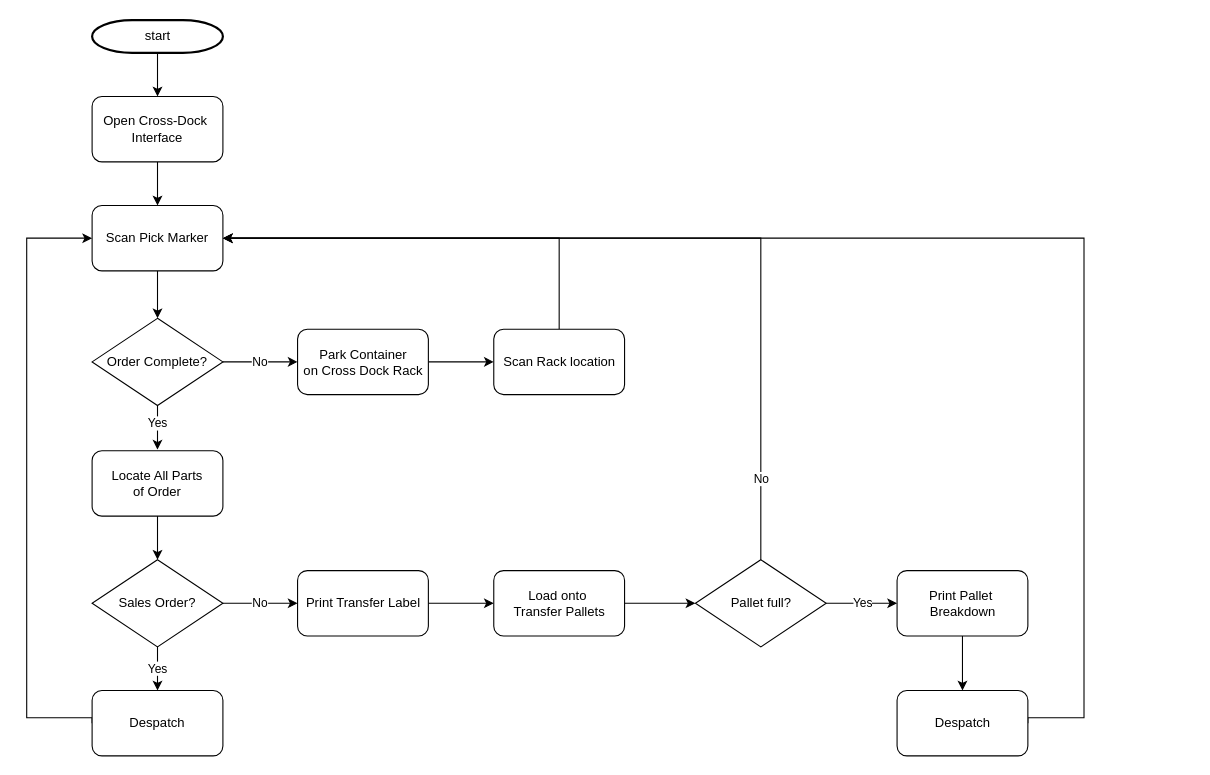
The draw.io diagram CrossDockProcess.drawio in ZTomChen/NavigatorFlowcharts, before the edit. Source tidied: cells renumbered, new cells numbered last; positions are measured from the earlier drawing's top-left corner, leaving out a move shared by most shapes. Both pictures are drawn from the tidied source at 109%, with x=0, y=0 at pixel (26, 20).
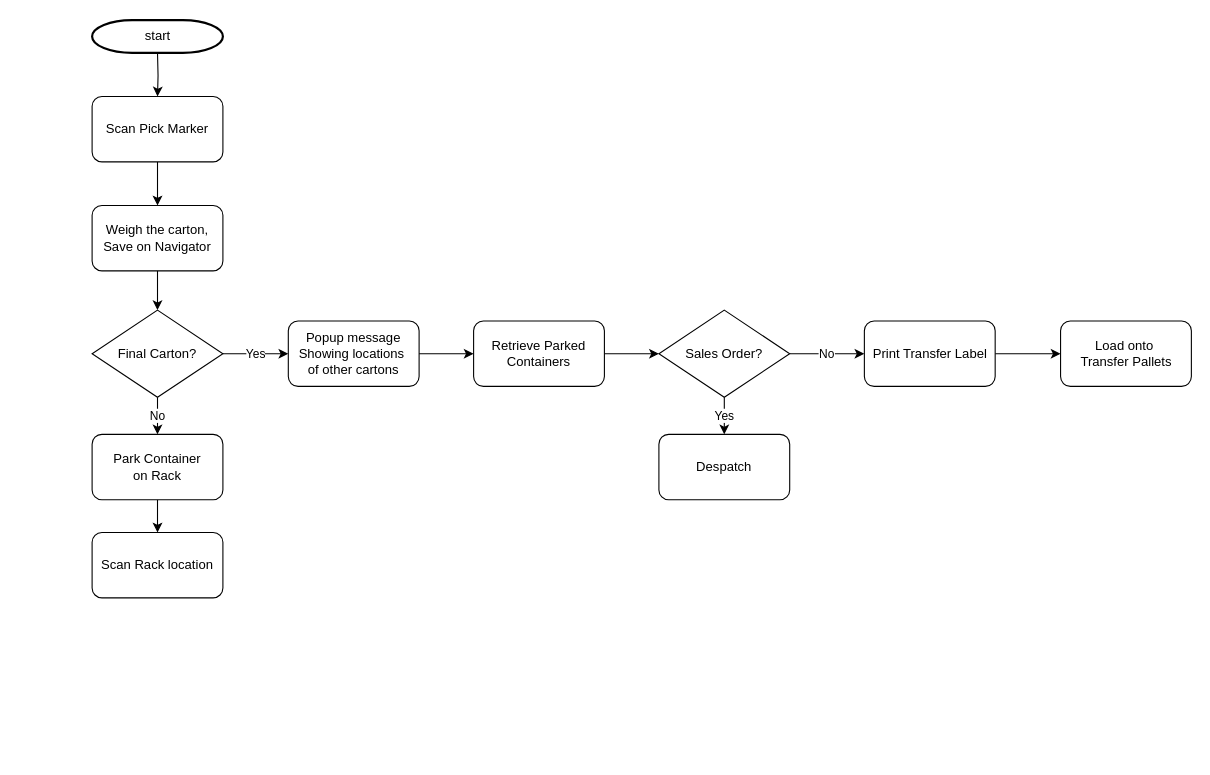
The same page after the edit.

The change refers to these unchanged cells:
```xml
<mxCell id="3" value="start" style="shape=mxgraph.flowchart.terminator;strokeWidth=2;gradientColor=none;gradientDirection=north;fontStyle=0;html=1;" parent="1" vertex="1">
  <mxGeometry x="60" width="120" height="30" as="geometry" />
</mxCell>
```

Diff of the diagram source:
```diff
@@
-    <mxCell id="2" style="edgeStyle=orthogonalEdgeStyle;rounded=0;jettySize=auto;html=1;" parent="1" edge="1" source="3" target="5">
-      <mxGeometry relative="1" as="geometry" />
-    </mxCell>
@@
-    <mxCell id="4" style="edgeStyle=orthogonalEdgeStyle;rounded=0;jettySize=auto;html=1;" parent="1" edge="1" source="5" target="7">
-      <mxGeometry relative="1" as="geometry" />
+    <mxCell id="4" style="edgeStyle=orthogonalEdgeStyle;rounded=0;jettySize=auto;html=1;" parent="1" edge="1" target="7">
+      <mxGeometry relative="1" as="geometry">
+        <mxPoint x="120" y="30" as="sourcePoint" />
+      </mxGeometry>
     </mxCell>
-    <mxCell id="5" value="&lt;span style=&quot;text-wrap-mode: nowrap;&quot;&gt;Open Cross-Dock&amp;nbsp;&lt;/span&gt;&lt;div&gt;&lt;span style=&quot;text-wrap-mode: nowrap;&quot;&gt;Interface&lt;/span&gt;&lt;/div&gt;" style="rounded=1;whiteSpace=wrap;html=1;" parent="1" vertex="1">
-      <mxGeometry x="60" y="70" width="120" height="60" as="geometry" />
-    </mxCell>
-    <mxCell id="6" style="edgeStyle=orthogonalEdgeStyle;rounded=0;jettySize=auto;html=1;" parent="1" edge="1" source="7" target="10">
-      <mxGeometry relative="1" as="geometry" />
-    </mxCell>
+    <mxCell id="34" style="edgeStyle=orthogonalEdgeStyle;rounded=0;jettySize=auto;html=1;" parent="1" edge="1" source="7" target="39">
+      <mxGeometry relative="1" as="geometry" />
+    </mxCell>
     <mxCell id="7" value="&lt;span style=&quot;text-wrap-mode: nowrap;&quot;&gt;Scan Pick Marker&lt;/span&gt;" style="rounded=1;whiteSpace=wrap;html=1;" parent="1" vertex="1">
-      <mxGeometry x="60" y="170" width="120" height="60" as="geometry" />
+      <mxGeometry x="60" y="70" width="120" height="60" as="geometry" />
     </mxCell>
@@
-    <mxCell id="9" value="Yes" style="edgeStyle=orthogonalEdgeStyle;rounded=0;jettySize=auto;html=1;exitX=0.5;exitY=1;exitDx=0;exitDy=0;" parent="1" edge="1" source="10">
-      <mxGeometry x="-0.2" relative="1" as="geometry">
-        <mxPoint x="120" y="394" as="targetPoint" />
-      </mxGeometry>
-    </mxCell>
+    <mxCell id="35" value="Yes" style="edgeStyle=orthogonalEdgeStyle;rounded=0;jettySize=auto;html=1;" parent="1" edge="1" source="10" target="17">
+      <mxGeometry relative="1" as="geometry" />
+    </mxCell>
-    <mxCell id="10" value="Order Complete?" style="rhombus;whiteSpace=wrap;html=1;" parent="1" vertex="1">
-      <mxGeometry x="60" y="273.5" width="120" height="80" as="geometry" />
+    <mxCell id="10" value="Final Carton?" style="rhombus;whiteSpace=wrap;html=1;" parent="1" vertex="1">
+      <mxGeometry x="60" y="266" width="120" height="80" as="geometry" />
     </mxCell>
-    <mxCell id="11" style="edgeStyle=orthogonalEdgeStyle;rounded=0;jettySize=auto;html=1;exitX=0;exitY=0.5;exitDx=0;exitDy=0;entryX=0;entryY=0.5;entryDx=0;entryDy=0;" parent="1" edge="1" source="12" target="7">
-      <mxGeometry relative="1" as="geometry">
-        <Array as="points">
-          <mxPoint y="640" />
-          <mxPoint y="200" />
-        </Array>
-      </mxGeometry>
-    </mxCell>
     <mxCell id="12" value="&lt;span style=&quot;text-wrap-mode: nowrap;&quot;&gt;Despatch&lt;/span&gt;" style="rounded=1;whiteSpace=wrap;html=1;" parent="1" vertex="1">
-      <mxGeometry x="60" y="615" width="120" height="60" as="geometry" />
+      <mxGeometry x="580" y="380" width="120" height="60" as="geometry" />
     </mxCell>
-    <mxCell id="13" value="Yes" style="edgeStyle=orthogonalEdgeStyle;rounded=0;jettySize=auto;html=1;" parent="1" edge="1" source="15" target="12">
-      <mxGeometry relative="1" as="geometry" />
-    </mxCell>
@@
+    <mxCell id="36" value="Yes" style="edgeStyle=orthogonalEdgeStyle;rounded=0;jettySize=auto;html=1;" parent="1" edge="1" source="15">
+      <mxGeometry relative="1" as="geometry">
+        <mxPoint x="640" y="380" as="targetPoint" />
+      </mxGeometry>
+    </mxCell>
     <mxCell id="15" value="Sales Order?" style="rhombus;whiteSpace=wrap;html=1;" parent="1" vertex="1">
-      <mxGeometry x="60" y="495" width="120" height="80" as="geometry" />
+      <mxGeometry x="580" y="266" width="120" height="80" as="geometry" />
     </mxCell>
-    <mxCell id="16" style="edgeStyle=orthogonalEdgeStyle;rounded=0;jettySize=auto;html=1;" parent="1" edge="1" source="17" target="15">
-      <mxGeometry relative="1" as="geometry" />
-    </mxCell>
+    <mxCell id="37" style="edgeStyle=orthogonalEdgeStyle;rounded=0;jettySize=auto;html=1;" parent="1" edge="1" source="41" target="15">
+      <mxGeometry relative="1" as="geometry" />
+    </mxCell>
-    <mxCell id="17" value="&lt;span style=&quot;text-wrap-mode: nowrap;&quot;&gt;Locate All Parts&lt;/span&gt;&lt;div&gt;&lt;span style=&quot;text-wrap-mode: nowrap;&quot;&gt;of Order&lt;/span&gt;&lt;/div&gt;" style="rounded=1;whiteSpace=wrap;html=1;" parent="1" vertex="1">
-      <mxGeometry x="60" y="395" width="120" height="60" as="geometry" />
+    <mxCell id="17" value="&lt;span style=&quot;text-wrap-mode: nowrap;&quot;&gt;Popup message&lt;/span&gt;&lt;div&gt;&lt;span style=&quot;text-wrap-mode: nowrap;&quot;&gt;Showing locations&amp;nbsp;&lt;/span&gt;&lt;/div&gt;&lt;div&gt;&lt;span style=&quot;text-wrap-mode: nowrap;&quot;&gt;of other cartons&lt;/span&gt;&lt;/div&gt;" style="rounded=1;whiteSpace=wrap;html=1;" parent="1" vertex="1">
+      <mxGeometry x="240" y="276" width="120" height="60" as="geometry" />
     </mxCell>
@@
-    <mxCell id="19" value="&lt;span style=&quot;text-wrap-mode: nowrap;&quot;&gt;Park Container&lt;/span&gt;&lt;div&gt;&lt;span style=&quot;text-wrap-mode: nowrap;&quot;&gt;on Cross Dock Rack&lt;/span&gt;&lt;/div&gt;" style="rounded=1;whiteSpace=wrap;html=1;" parent="1" vertex="1">
-      <mxGeometry x="248.5" y="283.5" width="120" height="60" as="geometry" />
+    <mxCell id="19" value="&lt;span style=&quot;text-wrap-mode: nowrap;&quot;&gt;Park Container&lt;/span&gt;&lt;div&gt;&lt;span style=&quot;text-wrap-mode: nowrap;&quot;&gt;on Rack&lt;/span&gt;&lt;/div&gt;" style="rounded=1;whiteSpace=wrap;html=1;" parent="1" vertex="1">
+      <mxGeometry x="60" y="380" width="120" height="60" as="geometry" />
     </mxCell>
-    <mxCell id="20" style="edgeStyle=orthogonalEdgeStyle;rounded=0;jettySize=auto;html=1;exitX=0.5;exitY=0;exitDx=0;exitDy=0;entryX=1;entryY=0.5;entryDx=0;entryDy=0;" parent="1" edge="1" source="21" target="7">
-      <mxGeometry relative="1" as="geometry" />
-    </mxCell>
     <mxCell id="21" value="&lt;span style=&quot;text-wrap-mode: nowrap;&quot;&gt;Scan Rack location&lt;/span&gt;" style="rounded=1;whiteSpace=wrap;html=1;" parent="1" vertex="1">
-      <mxGeometry x="428.5" y="283.5" width="120" height="60" as="geometry" />
+      <mxGeometry x="60" y="470" width="120" height="60" as="geometry" />
     </mxCell>
@@
     <mxCell id="23" value="&lt;span style=&quot;text-wrap-mode: nowrap;&quot;&gt;Print Transfer Label&lt;/span&gt;" style="rounded=1;whiteSpace=wrap;html=1;" parent="1" vertex="1">
-      <mxGeometry x="248.5" y="505" width="120" height="60" as="geometry" />
+      <mxGeometry x="768.5" y="276" width="120" height="60" as="geometry" />
     </mxCell>
-    <mxCell id="24" style="edgeStyle=orthogonalEdgeStyle;rounded=0;jettySize=auto;html=1;exitX=1;exitY=0.5;exitDx=0;exitDy=0;entryX=1;entryY=0.5;entryDx=0;entryDy=0;" parent="1" edge="1" source="25" target="7">
-      <mxGeometry relative="1" as="geometry">
-        <Array as="points">
-          <mxPoint x="970" y="640" />
-          <mxPoint x="970" y="200" />
-        </Array>
-      </mxGeometry>
-    </mxCell>
-    <mxCell id="25" value="&lt;span style=&quot;text-wrap-mode: nowrap;&quot;&gt;Despatch&lt;/span&gt;" style="rounded=1;whiteSpace=wrap;html=1;" parent="1" vertex="1">
-      <mxGeometry x="798.5" y="615" width="120" height="60" as="geometry" />
-    </mxCell>
-    <mxCell id="26" style="edgeStyle=orthogonalEdgeStyle;rounded=0;jettySize=auto;html=1;" parent="1" edge="1" source="27" target="31">
-      <mxGeometry relative="1" as="geometry" />
-    </mxCell>
     <mxCell id="27" value="&lt;span style=&quot;text-wrap-mode: nowrap;&quot;&gt;Load onto&amp;nbsp;&lt;/span&gt;&lt;div&gt;&lt;span style=&quot;text-wrap-mode: nowrap;&quot;&gt;Transfer Pallets&lt;/span&gt;&lt;/div&gt;" style="rounded=1;whiteSpace=wrap;html=1;" parent="1" vertex="1">
-      <mxGeometry x="428.5" y="505" width="120" height="60" as="geometry" />
+      <mxGeometry x="948.5" y="276" width="120" height="60" as="geometry" />
     </mxCell>
-    <mxCell id="28" value="Yes" style="edgeStyle=orthogonalEdgeStyle;rounded=0;jettySize=auto;html=1;" parent="1" edge="1" source="31" target="33">
-      <mxGeometry relative="1" as="geometry" />
-    </mxCell>
-    <mxCell id="29" style="edgeStyle=orthogonalEdgeStyle;rounded=0;jettySize=auto;html=1;exitX=0.5;exitY=0;exitDx=0;exitDy=0;entryX=1;entryY=0.5;entryDx=0;entryDy=0;" parent="1" edge="1" source="31" target="7">
-      <mxGeometry relative="1" as="geometry" />
-    </mxCell>
-    <mxCell id="30" value="No" style="edgeLabel;html=1;align=center;verticalAlign=middle;" parent="29" vertex="1">
-      <mxGeometry x="-0.81" relative="1" as="geometry" />
-    </mxCell>
-    <mxCell id="31" value="Pallet full?" style="rhombus;whiteSpace=wrap;html=1;" parent="1" vertex="1">
-      <mxGeometry x="613.5" y="495" width="120" height="80" as="geometry" />
-    </mxCell>
-    <mxCell id="32" style="edgeStyle=orthogonalEdgeStyle;rounded=0;jettySize=auto;html=1;" parent="1" edge="1" source="33" target="25">
-      <mxGeometry relative="1" as="geometry" />
-    </mxCell>
-    <mxCell id="33" value="&lt;span style=&quot;text-wrap-mode: nowrap;&quot;&gt;Print Pallet&amp;nbsp;&lt;/span&gt;&lt;div&gt;&lt;span style=&quot;text-wrap-mode: nowrap;&quot;&gt;Breakdown&lt;/span&gt;&lt;/div&gt;" style="rounded=1;whiteSpace=wrap;html=1;" parent="1" vertex="1">
-      <mxGeometry x="798.5" y="505" width="120" height="60" as="geometry" />
-    </mxCell>
+    <mxCell id="38" style="edgeStyle=orthogonalEdgeStyle;rounded=0;jettySize=auto;html=1;" parent="1" edge="1" source="39" target="10">
+      <mxGeometry relative="1" as="geometry" />
+    </mxCell>
+    <mxCell id="39" value="&lt;span style=&quot;text-wrap-mode: nowrap;&quot;&gt;Weigh the carton,&lt;/span&gt;&lt;div&gt;&lt;span style=&quot;text-wrap-mode: nowrap;&quot;&gt;Save on Navigator&lt;/span&gt;&lt;/div&gt;" style="rounded=1;whiteSpace=wrap;html=1;" parent="1" vertex="1">
+      <mxGeometry x="60" y="170" width="120" height="60" as="geometry" />
+    </mxCell>
+    <mxCell id="40" style="edgeStyle=orthogonalEdgeStyle;rounded=0;jettySize=auto;html=1;" parent="1" edge="1" source="17" target="41">
+      <mxGeometry relative="1" as="geometry" />
+    </mxCell>
+    <mxCell id="41" value="&lt;span style=&quot;text-wrap-mode: nowrap;&quot;&gt;Retrieve Parked&lt;/span&gt;&lt;div&gt;&lt;span style=&quot;text-wrap-mode: nowrap;&quot;&gt;Containers&lt;/span&gt;&lt;/div&gt;" style="rounded=1;whiteSpace=wrap;html=1;" parent="1" vertex="1">
+      <mxGeometry x="410" y="276" width="120" height="60" as="geometry" />
+    </mxCell>
```
